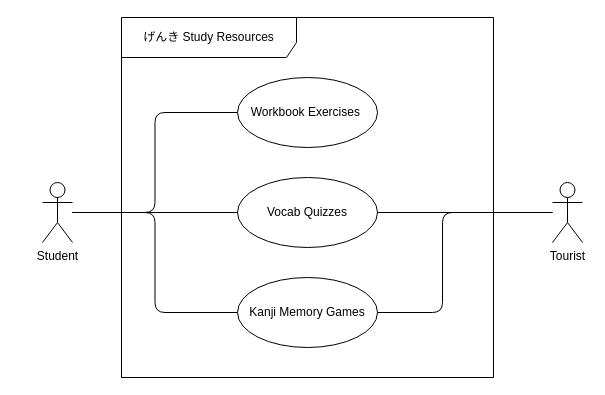
Before: ProjectProposal.drawio in BlakePatterson/3296-Project-Proposal, a draw.io diagram. Source tidied: cells renumbered, new cells numbered last; positions are measured from the earlier drawing's top-left corner, leaving out a move shared by most shapes. Both pictures are drawn from the tidied source at 100%, with x=0, y=0 at pixel (42, 17).
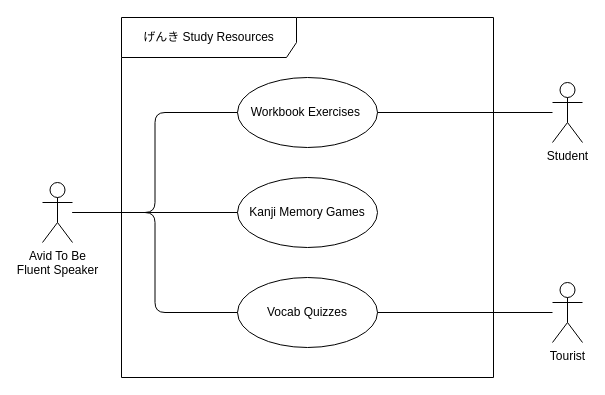
Above is the later version.

Change to the diagram source:
```diff
@@
 <mxGraphModel>
   <root>
     <mxCell id="0" />
     <mxCell id="1" parent="0" />
     <mxCell id="2" value="げんき Study Resources" style="shape=umlFrame;whiteSpace=wrap;html=1;width=175;height=40;swimlaneFillColor=#ffffff;" parent="1" vertex="1">
       <mxGeometry x="79" width="372" height="360" as="geometry" />
     </mxCell>
     <mxCell id="3" value="Workbook Exercises&amp;nbsp;" style="ellipse;whiteSpace=wrap;html=1;" parent="1" vertex="1">
       <mxGeometry x="195" y="60" width="140" height="70" as="geometry" />
     </mxCell>
     <mxCell id="4" value="Vocab Quizzes" style="ellipse;whiteSpace=wrap;html=1;" parent="1" vertex="1">
-      <mxGeometry x="195" y="160" width="140" height="70" as="geometry" />
+      <mxGeometry x="195" y="260" width="140" height="70" as="geometry" />
     </mxCell>
-    <mxCell id="5" value="Student" style="shape=umlActor;verticalLabelPosition=bottom;verticalAlign=top;html=1;" parent="1" vertex="1">
+    <mxCell id="5" value="Avid To Be &lt;br&gt;Fluent Speaker" style="shape=umlActor;verticalLabelPosition=bottom;verticalAlign=top;html=1;" parent="1" vertex="1">
       <mxGeometry y="165" width="30" height="60" as="geometry" />
     </mxCell>
     <mxCell id="6" value="Tourist" style="shape=umlActor;verticalLabelPosition=bottom;verticalAlign=top;html=1;" parent="1" vertex="1">
-      <mxGeometry x="510" y="165" width="30" height="60" as="geometry" />
+      <mxGeometry x="510" y="265" width="30" height="60" as="geometry" />
     </mxCell>
     <mxCell id="7" value="Kanji Memory Games" style="ellipse;whiteSpace=wrap;html=1;" parent="1" vertex="1">
-      <mxGeometry x="195" y="260" width="140" height="70" as="geometry" />
+      <mxGeometry x="195" y="160" width="140" height="70" as="geometry" />
     </mxCell>
     <mxCell id="8" style="endArrow=none;html=1;edgeStyle=orthogonalEdgeStyle;entryX=0;entryY=0.5;entryDx=0;entryDy=0;" parent="1" edge="1" source="5" target="3">
       <mxGeometry relative="1" as="geometry" />
     </mxCell>
-    <mxCell id="9" style="endArrow=none;html=1;edgeStyle=orthogonalEdgeStyle;entryX=0;entryY=0.5;entryDx=0;entryDy=0;" parent="1" edge="1" source="5" target="4">
+    <mxCell id="9" style="endArrow=none;html=1;edgeStyle=orthogonalEdgeStyle;entryX=0;entryY=0.5;entryDx=0;entryDy=0;" parent="1" edge="1" source="5" target="7">
       <mxGeometry relative="1" as="geometry" />
     </mxCell>
-    <mxCell id="10" style="endArrow=none;html=1;edgeStyle=orthogonalEdgeStyle;entryX=0;entryY=0.5;entryDx=0;entryDy=0;" parent="1" edge="1" source="5" target="7">
+    <mxCell id="10" style="endArrow=none;html=1;edgeStyle=orthogonalEdgeStyle;entryX=0;entryY=0.5;entryDx=0;entryDy=0;" parent="1" edge="1" source="5" target="4">
       <mxGeometry relative="1" as="geometry" />
     </mxCell>
     <mxCell id="11" style="endArrow=none;html=1;edgeStyle=orthogonalEdgeStyle;" parent="1" edge="1" source="4" target="6">
       <mxGeometry relative="1" as="geometry" />
     </mxCell>
-    <mxCell id="12" style="endArrow=none;html=1;edgeStyle=orthogonalEdgeStyle;exitX=1;exitY=0.5;exitDx=0;exitDy=0;" parent="1" edge="1" source="7" target="6">
-      <mxGeometry relative="1" as="geometry">
-        <Array as="points">
-          <mxPoint x="400" y="295" />
-          <mxPoint x="400" y="195" />
-        </Array>
-      </mxGeometry>
-    </mxCell>
+    <mxCell id="13" value="Student" style="shape=umlActor;verticalLabelPosition=bottom;verticalAlign=top;html=1;" parent="1" vertex="1">
+      <mxGeometry x="510" y="65" width="30" height="60" as="geometry" />
+    </mxCell>
+    <mxCell id="14" style="endArrow=none;html=1;edgeStyle=orthogonalEdgeStyle;exitX=1;exitY=0.5;exitDx=0;exitDy=0;" parent="1" edge="1" source="3" target="13">
+      <mxGeometry relative="1" as="geometry" />
+    </mxCell>
   </root>
 </mxGraphModel>
```
